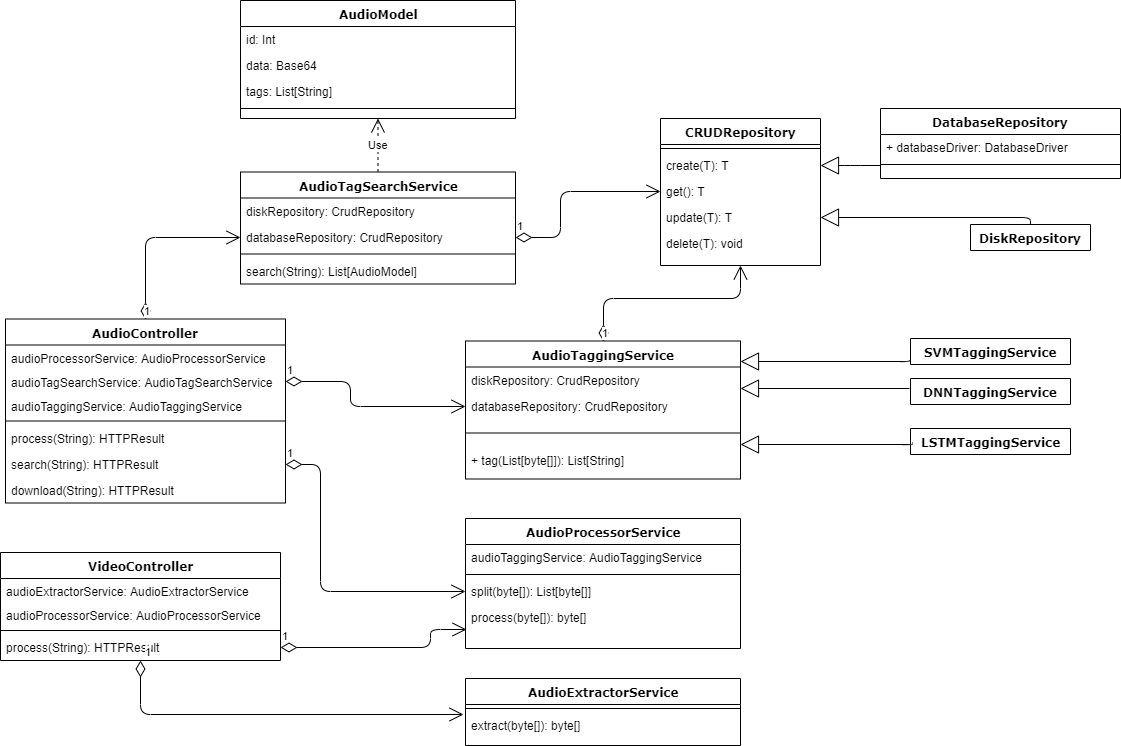
Earlier version of the draw.io export architecture/backend/BE-class-diagram.png (gabrielxzc/moc1-aset-project). Source tidied: cells renumbered, new cells last; positions are measured from the earlier drawing's top-left corner, leaving out a move shared by most shapes.
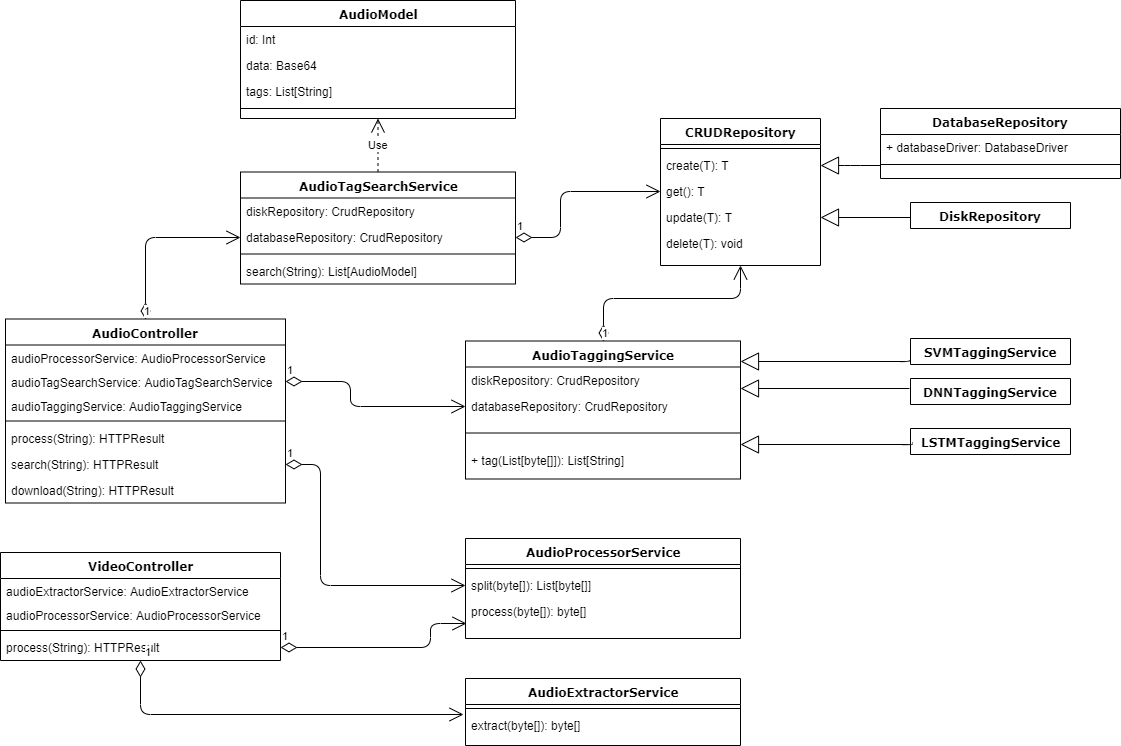
After the commit.

Commit message:
removed outdated dependency in backend class diagram

Change to the diagram source:
```diff
@@ -52,7 +52,7 @@
       </mxGeometry>
     </mxCell>
     <mxCell id="17" value="DiskRepository" style="swimlane;html=1;fontStyle=1;align=center;verticalAlign=top;horizontal=1;startSize=26;swimlaneFillColor=#ffffff;rounded=0;shadow=0;comic=0;labelBackgroundColor=none;strokeColor=#000000;strokeWidth=1;fillColor=none;fontFamily=Verdana;fontSize=12;fontColor=#000000;" parent="1" vertex="1" collapsed="1">
-      <mxGeometry x="970" y="224" width="120" height="26" as="geometry" />
+      <mxGeometry x="910" y="202" width="160" height="26" as="geometry" />
     </mxCell>
     <mxCell id="18" style="edgeStyle=orthogonalEdgeStyle;html=1;labelBackgroundColor=none;startFill=0;startSize=8;endArrow=block;endFill=0;endSize=16;fontFamily=Verdana;fontSize=12;entryX=1;entryY=0.5;entryDx=0;entryDy=0;" parent="1" edge="1" source="19" target="4">
       <mxGeometry relative="1" as="geometry">
@@ -72,19 +72,16 @@
       <mxGeometry y="52" width="240" height="8" as="geometry" />
     </mxCell>
     <mxCell id="22" value="AudioProcessorService" style="swimlane;html=1;fontStyle=1;align=center;verticalAlign=top;horizontal=1;startSize=26;swimlaneFillColor=#ffffff;rounded=0;shadow=0;comic=0;labelBackgroundColor=none;strokeColor=#000000;strokeWidth=1;fillColor=none;fontFamily=Verdana;fontSize=12;fontColor=#000000;" parent="1" vertex="1">
-      <mxGeometry x="465" y="518" width="275" height="130" as="geometry" />
+      <mxGeometry x="465" y="538" width="275" height="100" as="geometry" />
     </mxCell>
-    <mxCell id="23" value="audioTaggingService: AudioTaggingService" style="text;html=1;strokeColor=none;fillColor=none;align=left;verticalAlign=top;spacingLeft=4;spacingRight=4;whiteSpace=wrap;overflow=hidden;" parent="22" vertex="1">
-      <mxGeometry y="26" width="275" height="26" as="geometry" />
-    </mxCell>
     <mxCell id="24" style="line;html=1;strokeWidth=1;fillColor=none;align=left;verticalAlign=middle;spacingTop=-1;spacingLeft=3;spacingRight=3;labelPosition=right;" parent="22" vertex="1">
-      <mxGeometry y="52" width="275" height="8" as="geometry" />
+      <mxGeometry y="26" width="275" height="8" as="geometry" />
     </mxCell>
     <mxCell id="25" value="split(byte[]): List[byte[]]" style="text;html=1;strokeColor=none;fillColor=none;align=left;verticalAlign=top;spacingLeft=4;spacingRight=4;whiteSpace=wrap;overflow=hidden;points=[[0,0.5],[1,0.5]];portConstraint=eastwest;" parent="22" vertex="1">
-      <mxGeometry y="60" width="275" height="26" as="geometry" />
+      <mxGeometry y="34" width="275" height="26" as="geometry" />
     </mxCell>
     <mxCell id="26" value="process(byte[]): byte[]" style="text;html=1;strokeColor=none;fillColor=none;align=left;verticalAlign=top;spacingLeft=4;spacingRight=4;whiteSpace=wrap;overflow=hidden;points=[[0,0.5],[1,0.5]];portConstraint=eastwest;" parent="22" vertex="1">
-      <mxGeometry y="86" width="275" height="26" as="geometry" />
+      <mxGeometry y="60" width="275" height="26" as="geometry" />
     </mxCell>
     <mxCell id="27" value="VideoController" style="swimlane;html=1;fontStyle=1;align=center;verticalAlign=top;horizontal=1;startSize=26;swimlaneFillColor=#ffffff;rounded=0;shadow=0;comic=0;labelBackgroundColor=none;strokeColor=#000000;strokeWidth=1;fillColor=none;fontFamily=Verdana;fontSize=12;fontColor=#000000;" parent="1" vertex="1">
       <mxGeometry y="552" width="280" height="108" as="geometry" />
@@ -169,7 +166,7 @@
       <mxGeometry x="-1" y="3" relative="1" as="geometry">
         <Array as="points">
           <mxPoint x="320" y="464" />
-          <mxPoint x="320" y="591" />
+          <mxPoint x="320" y="585" />
         </Array>
       </mxGeometry>
     </mxCell>
@@ -200,7 +197,7 @@
       <mxGeometry x="-1" y="3" relative="1" as="geometry">
         <Array as="points">
           <mxPoint x="430" y="647" />
-          <mxPoint x="430" y="629" />
+          <mxPoint x="430" y="623" />
         </Array>
       </mxGeometry>
     </mxCell>
```
